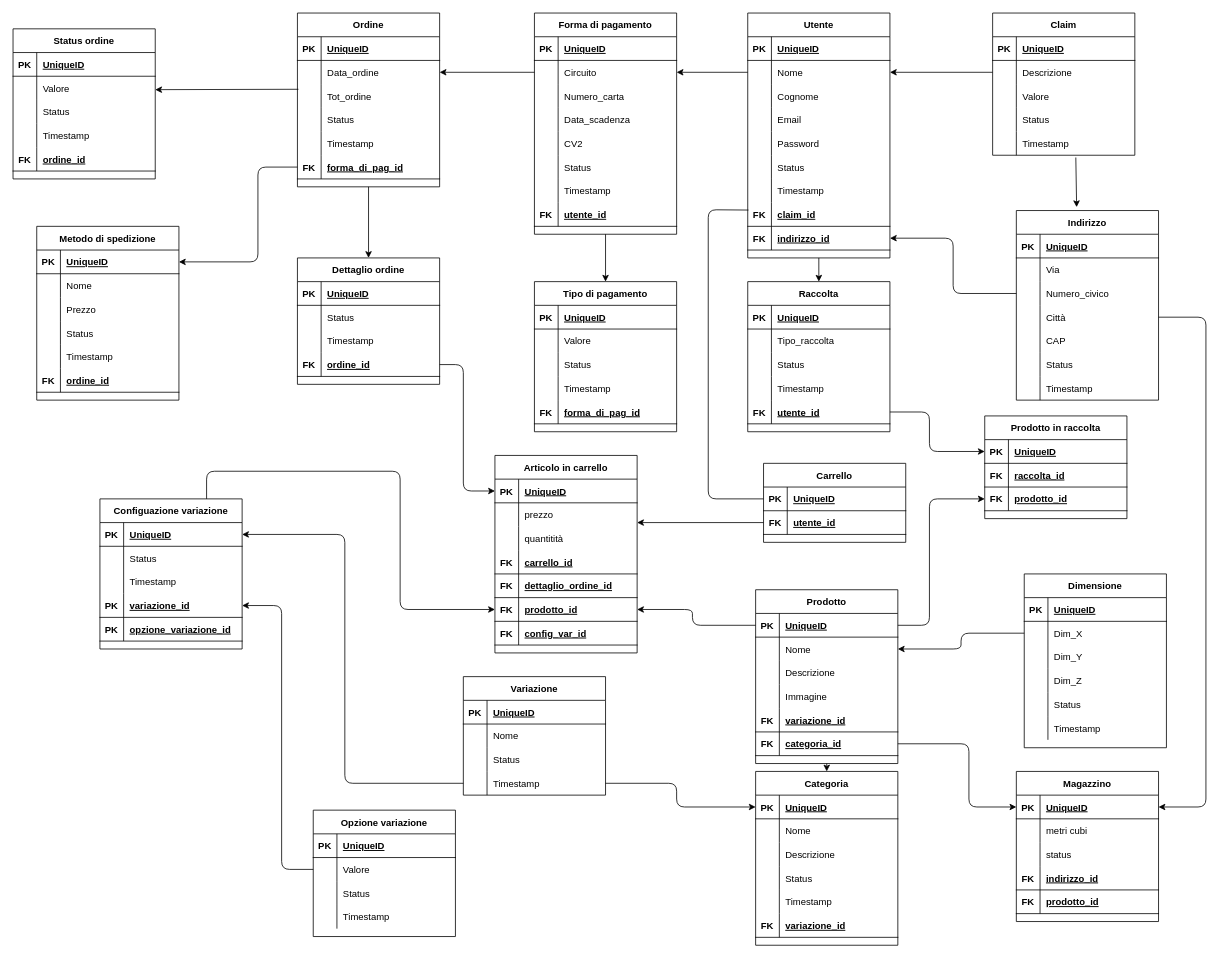
This is doc/modello_logico.drawio from EndriDomiUni/E-commerce, a draw.io file, before an edit. Source tidied: cells renumbered, new cells numbered last; positions are measured from the earlier drawing's top-left corner, leaving out a move shared by most shapes. Both pictures are drawn from the tidied source at 79%, with x=0, y=0 at pixel (13, 13).
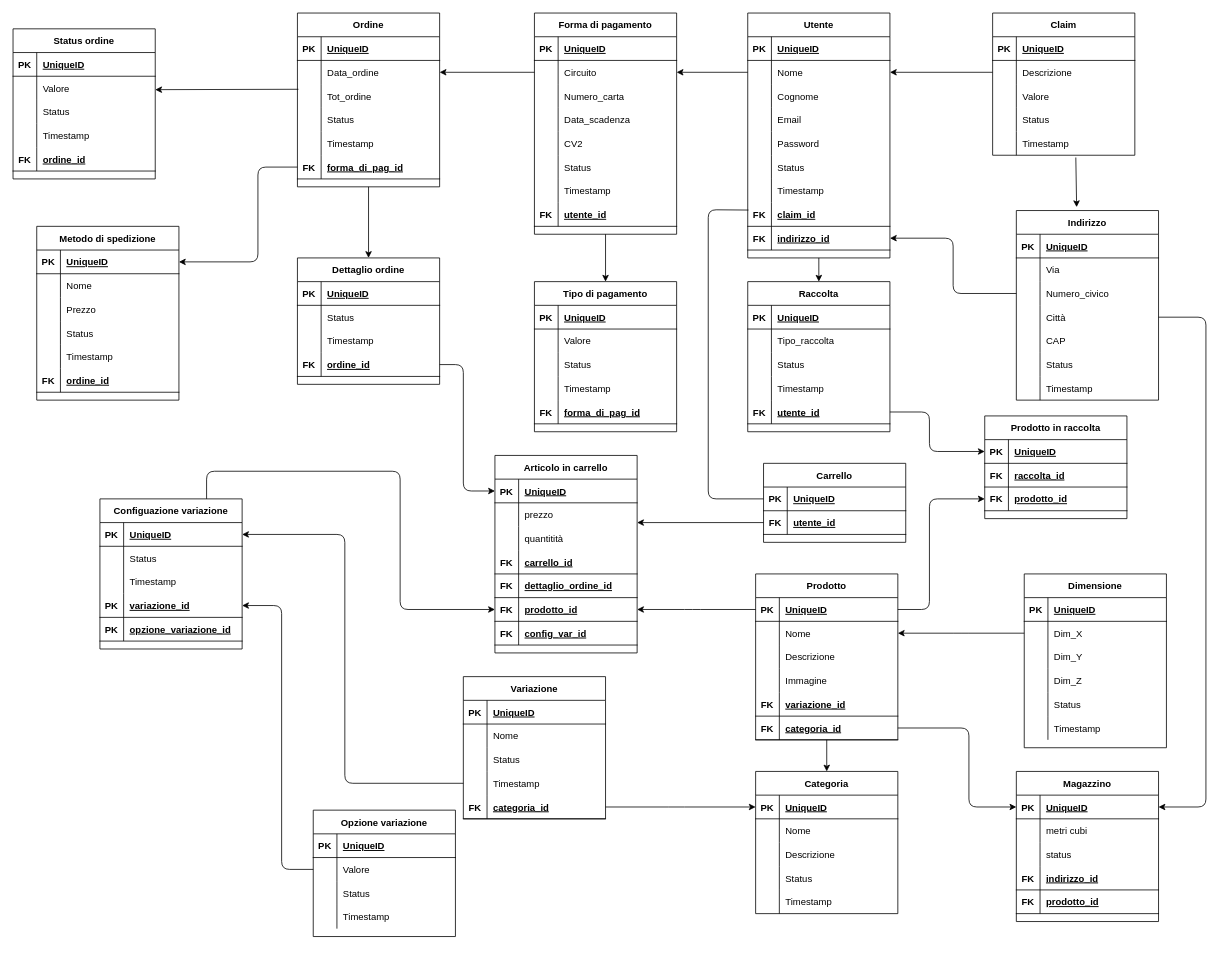
The same page after the edit.

Unchanged cells that the change refers to:
```xml
<mxCell id="222" style="shape=partialRectangle;fillColor=none;top=0;left=0;bottom=1;right=0;points=[[0,0.5],[1,0.5]];portConstraint=eastwest;" parent="206" vertex="1">
  <mxGeometry y="180" width="180" height="30" as="geometry" />
</mxCell>
<mxCell id="230" style="shape=partialRectangle;fillColor=none;top=0;left=0;bottom=1;right=0;points=[[0,0.5],[1,0.5]];portConstraint=eastwest;" parent="229" vertex="1">
  <mxGeometry y="30" width="180" height="30" as="geometry" />
</mxCell>
<mxCell id="233" style="shape=partialRectangle;fillColor=none;top=0;left=0;bottom=0;right=0;points=[[0,0.5],[1,0.5]];portConstraint=eastwest;" parent="229" vertex="1">
  <mxGeometry y="60" width="180" height="30" as="geometry" />
</mxCell>
<mxCell id="245" style="shape=partialRectangle;fillColor=none;top=0;left=0;bottom=1;right=0;points=[[0,0.5],[1,0.5]];portConstraint=eastwest;" parent="229" vertex="1">
  <mxGeometry y="180" width="180" height="30" as="geometry" />
</mxCell>
<mxCell id="259" style="shape=partialRectangle;fillColor=none;top=0;left=0;bottom=0;right=0;points=[[0,0.5],[1,0.5]];portConstraint=eastwest;" parent="255" vertex="1">
  <mxGeometry y="60" width="180" height="30" as="geometry" />
</mxCell>
<mxCell id="282" style="shape=partialRectangle;fillColor=none;top=0;left=0;bottom=1;right=0;points=[[0,0.5],[1,0.5]];portConstraint=eastwest;" parent="275" vertex="1">
  <mxGeometry y="90" width="180" height="30" as="geometry" />
</mxCell>
<mxCell id="288" style="shape=partialRectangle;fillColor=none;top=0;left=0;bottom=1;right=0;points=[[0,0.5],[1,0.5]];portConstraint=eastwest;" parent="287" vertex="1">
  <mxGeometry y="30" width="180" height="30" as="geometry" />
</mxCell>
<mxCell id="306" style="shape=partialRectangle;fillColor=none;top=0;left=0;bottom=1;right=0;points=[[0,0.5],[1,0.5]];portConstraint=eastwest;" parent="305" vertex="1">
  <mxGeometry y="30" width="180" height="30" as="geometry" />
</mxCell>
<mxCell id="334" style="shape=partialRectangle;fillColor=none;top=0;left=0;bottom=0;right=0;points=[[0,0.5],[1,0.5]];portConstraint=eastwest;" parent="324" vertex="1">
  <mxGeometry y="120" width="180" height="30" as="geometry" />
</mxCell>
```

The edit, as a diff of the source:
```diff
@@
     <mxCell id="229" value="Prodotto" style="shape=table;startSize=30;childLayout=tableLayout;rowLines=0;fontStyle=1;align=center;" parent="1" vertex="1">
-      <mxGeometry x="940" y="730" width="180" height="220" as="geometry" />
+      <mxGeometry x="940" y="710" width="180" height="210" as="geometry" />
     </mxCell>
@@
     <mxCell id="248" style="edgeStyle=none;html=1;exitX=0;exitY=0.5;exitDx=0;exitDy=0;entryX=1;entryY=0.5;entryDx=0;entryDy=0;endArrow=classic;endFill=1;" parent="1" edge="1" source="230" target="222">
       <mxGeometry relative="1" as="geometry">
         <Array as="points">
-          <mxPoint x="860" y="775" />
           <mxPoint x="860" y="755" />
         </Array>
       </mxGeometry>
     </mxCell>
@@
     <mxCell id="274" style="edgeStyle=none;html=1;exitX=0;exitY=0.5;exitDx=0;exitDy=0;entryX=1;entryY=0.5;entryDx=0;entryDy=0;endArrow=classic;endFill=1;" parent="1" edge="1" source="259" target="233">
       <mxGeometry relative="1" as="geometry">
         <Array as="points">
           <mxPoint x="1200" y="785" />
-          <mxPoint x="1200" y="805" />
         </Array>
       </mxGeometry>
     </mxCell>
@@
     <mxCell id="285" style="edgeStyle=none;html=1;exitX=1;exitY=0.5;exitDx=0;exitDy=0;entryX=0;entryY=0.5;entryDx=0;entryDy=0;endArrow=classic;endFill=1;" parent="1" edge="1" source="230" target="282">
       <mxGeometry relative="1" as="geometry">
         <Array as="points">
-          <mxPoint x="1160" y="775" />
+          <mxPoint x="1160" y="755" />
           <mxPoint x="1160" y="615" />
         </Array>
       </mxGeometry>
     </mxCell>
@@
     <mxCell id="304" style="edgeStyle=none;html=1;exitX=1;exitY=0.5;exitDx=0;exitDy=0;entryX=0;entryY=0.5;entryDx=0;entryDy=0;endArrow=classic;endFill=1;" parent="1" edge="1" source="245" target="288">
       <mxGeometry relative="1" as="geometry">
         <Array as="points">
-          <mxPoint x="1210" y="925" />
+          <mxPoint x="1210" y="905" />
           <mxPoint x="1210" y="1005" />
         </Array>
       </mxGeometry>
     </mxCell>
     <mxCell id="305" value="Categoria" style="shape=table;startSize=30;childLayout=tableLayout;rowLines=0;fontStyle=1;align=center;" parent="1" vertex="1">
-      <mxGeometry x="940" y="960" width="180" height="220" as="geometry" />
+      <mxGeometry x="940" y="960" width="180" height="180" as="geometry" />
     </mxCell>
@@
-    <mxCell id="321" style="shape=partialRectangle;fillColor=none;top=0;left=0;bottom=1;right=0;" parent="305" vertex="1">
-      <mxGeometry y="180" width="180" height="30" as="geometry" />
-    </mxCell>
-    <mxCell id="322" value="FK" style="shape=partialRectangle;fillColor=none;top=0;left=0;bottom=0;right=0;fontStyle=1;overflow=hidden;" parent="321" vertex="1">
-      <mxGeometry width="30" height="30" as="geometry" />
-    </mxCell>
-    <mxCell id="323" value="variazione_id" style="shape=partialRectangle;fillColor=none;top=0;left=0;bottom=0;right=0;align=left;spacingLeft=6;fontStyle=5;overflow=hidden;" parent="321" vertex="1">
-      <mxGeometry x="30" width="150" height="30" as="geometry" />
-    </mxCell>
     <mxCell id="324" value="Variazione" style="shape=table;startSize=30;childLayout=tableLayout;rowLines=0;fontStyle=1;align=center;" parent="1" vertex="1">
-      <mxGeometry x="570" y="840" width="180" height="150" as="geometry" />
+      <mxGeometry x="570" y="840" width="180" height="180" as="geometry" />
     </mxCell>
@@
+    <mxCell id="371" style="shape=partialRectangle;fillColor=none;top=0;left=0;bottom=1;right=0;points=[[0,0.5],[1,0.5]];portConstraint=eastwest;" parent="324" vertex="1">
+      <mxGeometry y="150" width="180" height="30" as="geometry" />
+    </mxCell>
+    <mxCell id="322" value="FK" style="shape=partialRectangle;fillColor=none;top=0;left=0;bottom=0;right=0;fontStyle=1;overflow=hidden;" parent="371" vertex="1">
+      <mxGeometry width="30" height="30" as="geometry" />
+    </mxCell>
+    <mxCell id="372" value="categoria_id" style="shape=partialRectangle;fillColor=none;top=0;left=0;bottom=0;right=0;align=left;spacingLeft=6;fontStyle=5;overflow=hidden;" parent="371" vertex="1">
+      <mxGeometry x="30" width="150" height="30" as="geometry" />
+    </mxCell>
-    <mxCell id="337" style="edgeStyle=none;html=1;exitX=1;exitY=0.5;exitDx=0;exitDy=0;entryX=0;entryY=0.5;entryDx=0;entryDy=0;endArrow=classic;endFill=1;" parent="1" edge="1" source="334" target="306">
+    <mxCell id="337" style="edgeStyle=none;html=1;exitX=1;exitY=0.5;exitDx=0;exitDy=0;entryX=0;entryY=0.5;entryDx=0;entryDy=0;endArrow=classic;endFill=1;" parent="1" edge="1" source="371" target="306">
       <mxGeometry relative="1" as="geometry">
         <Array as="points">
-          <mxPoint x="840" y="975" />
           <mxPoint x="840" y="1005" />
         </Array>
       </mxGeometry>
     </mxCell>
```
